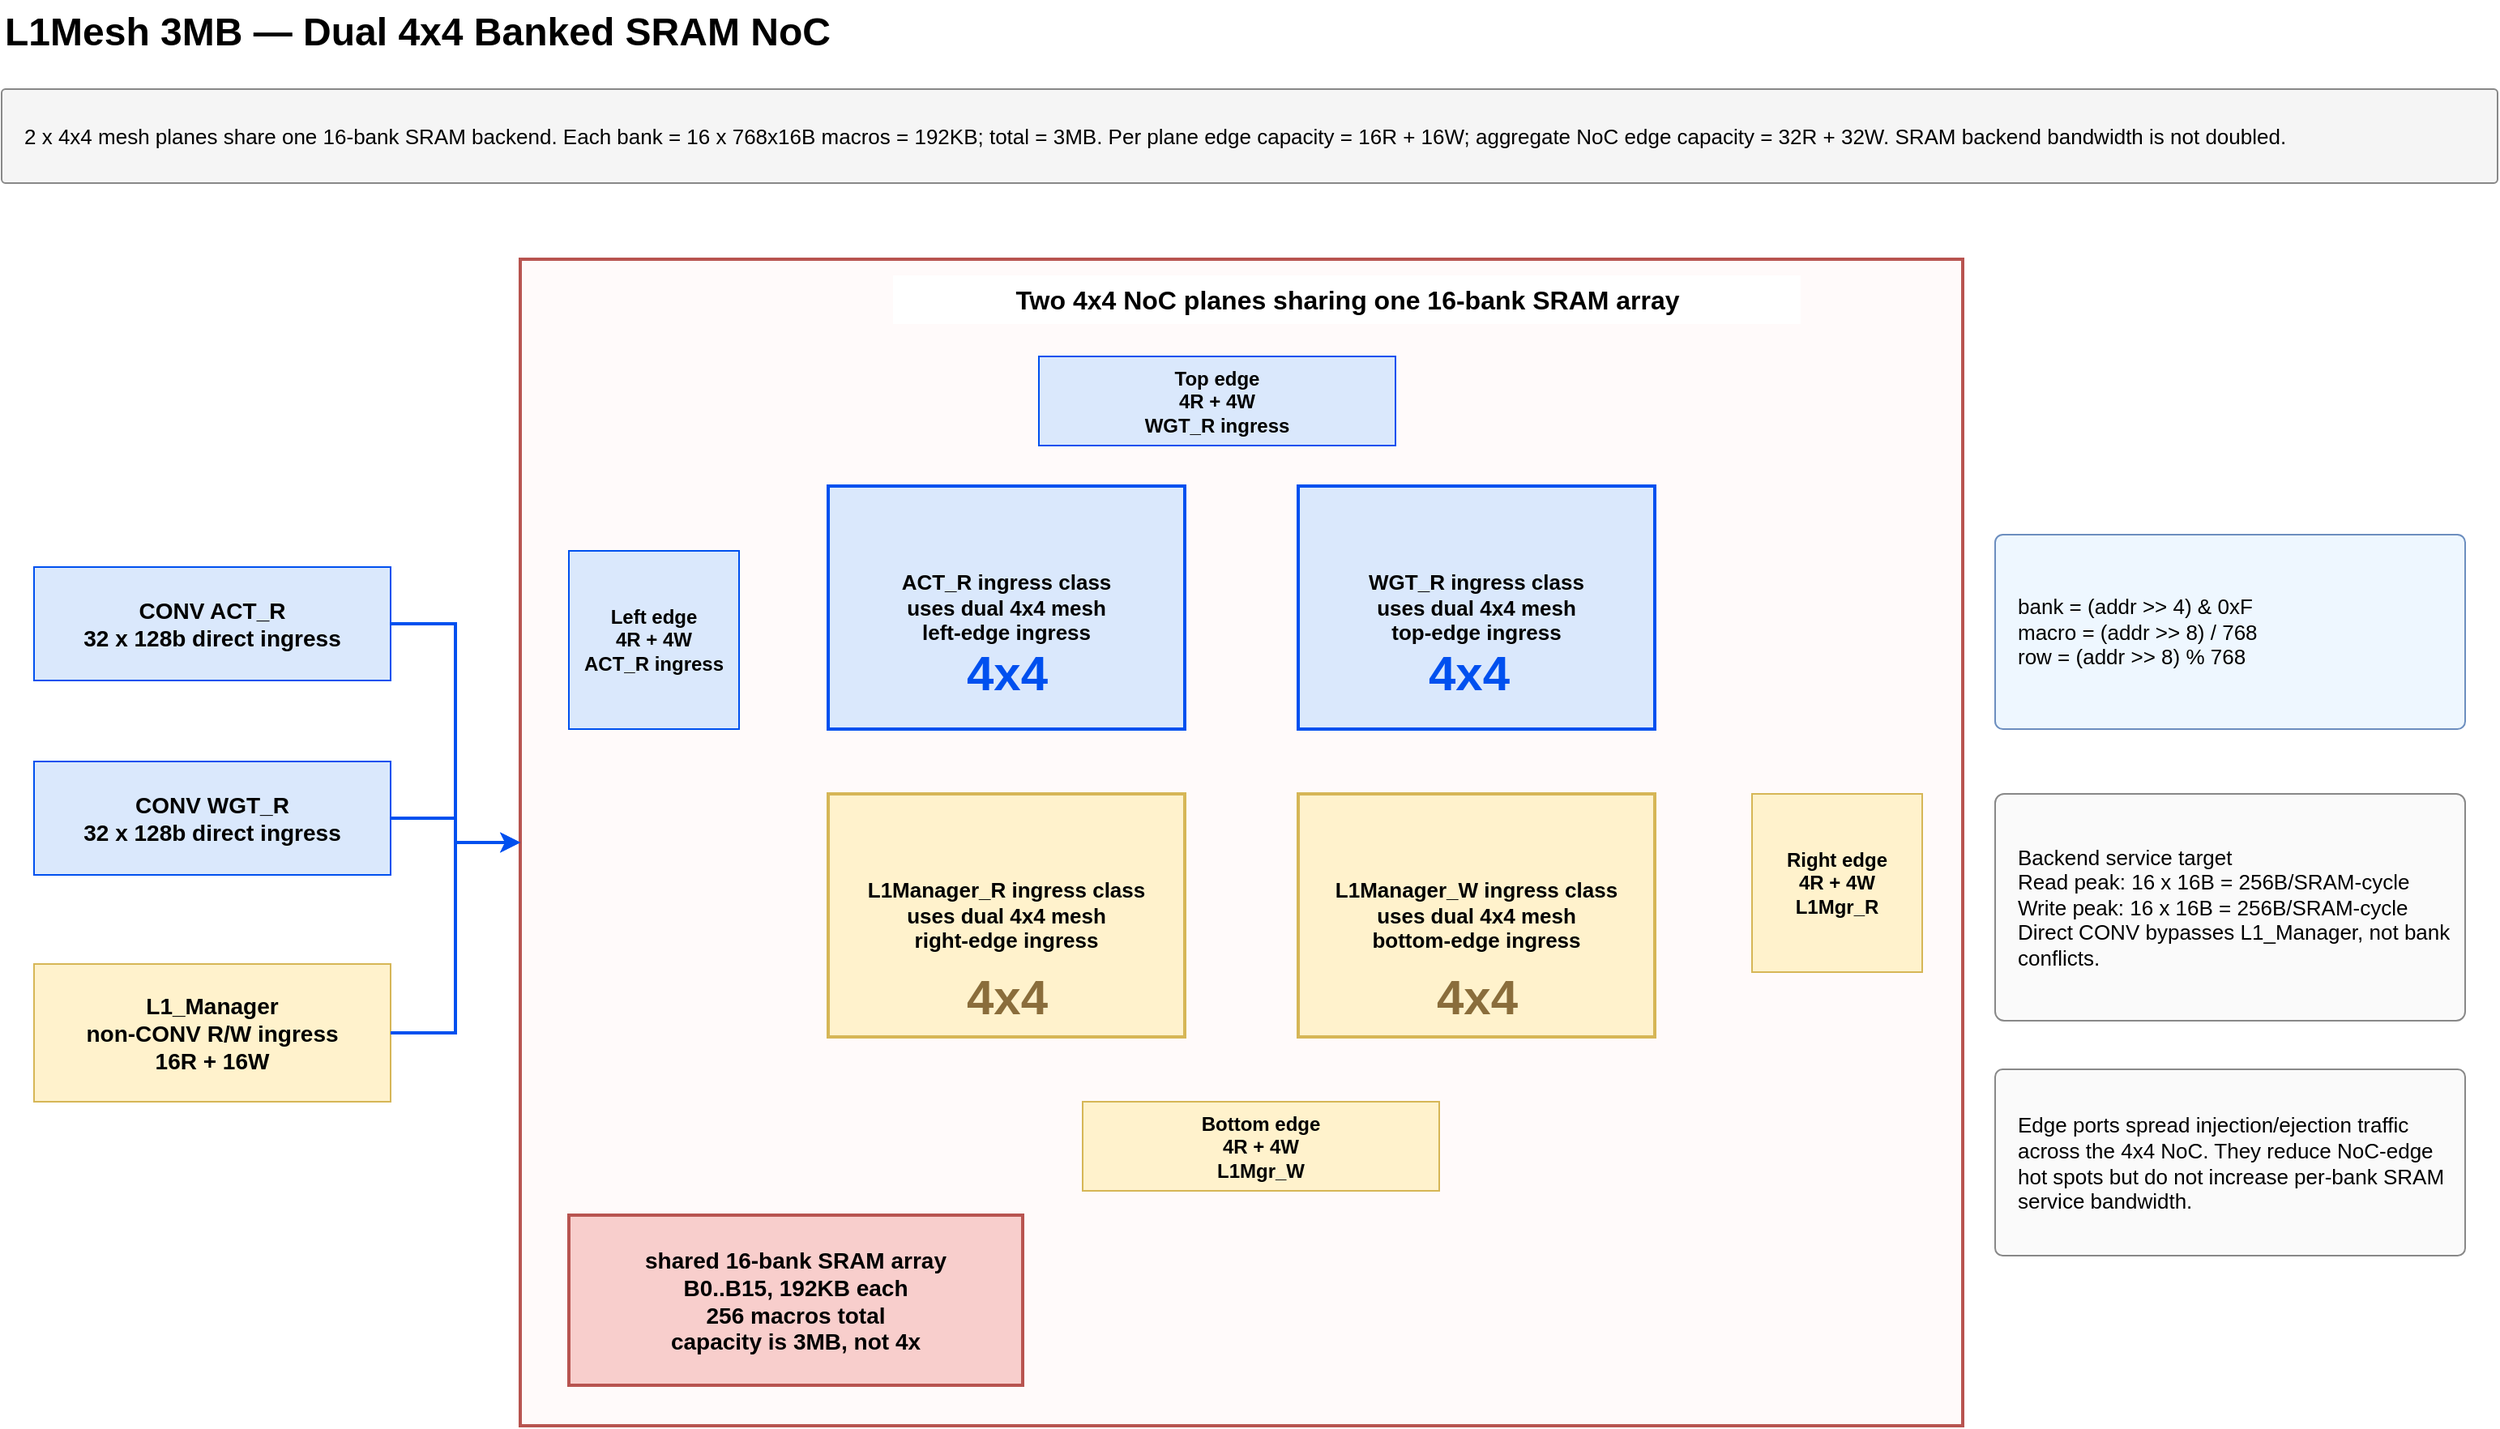
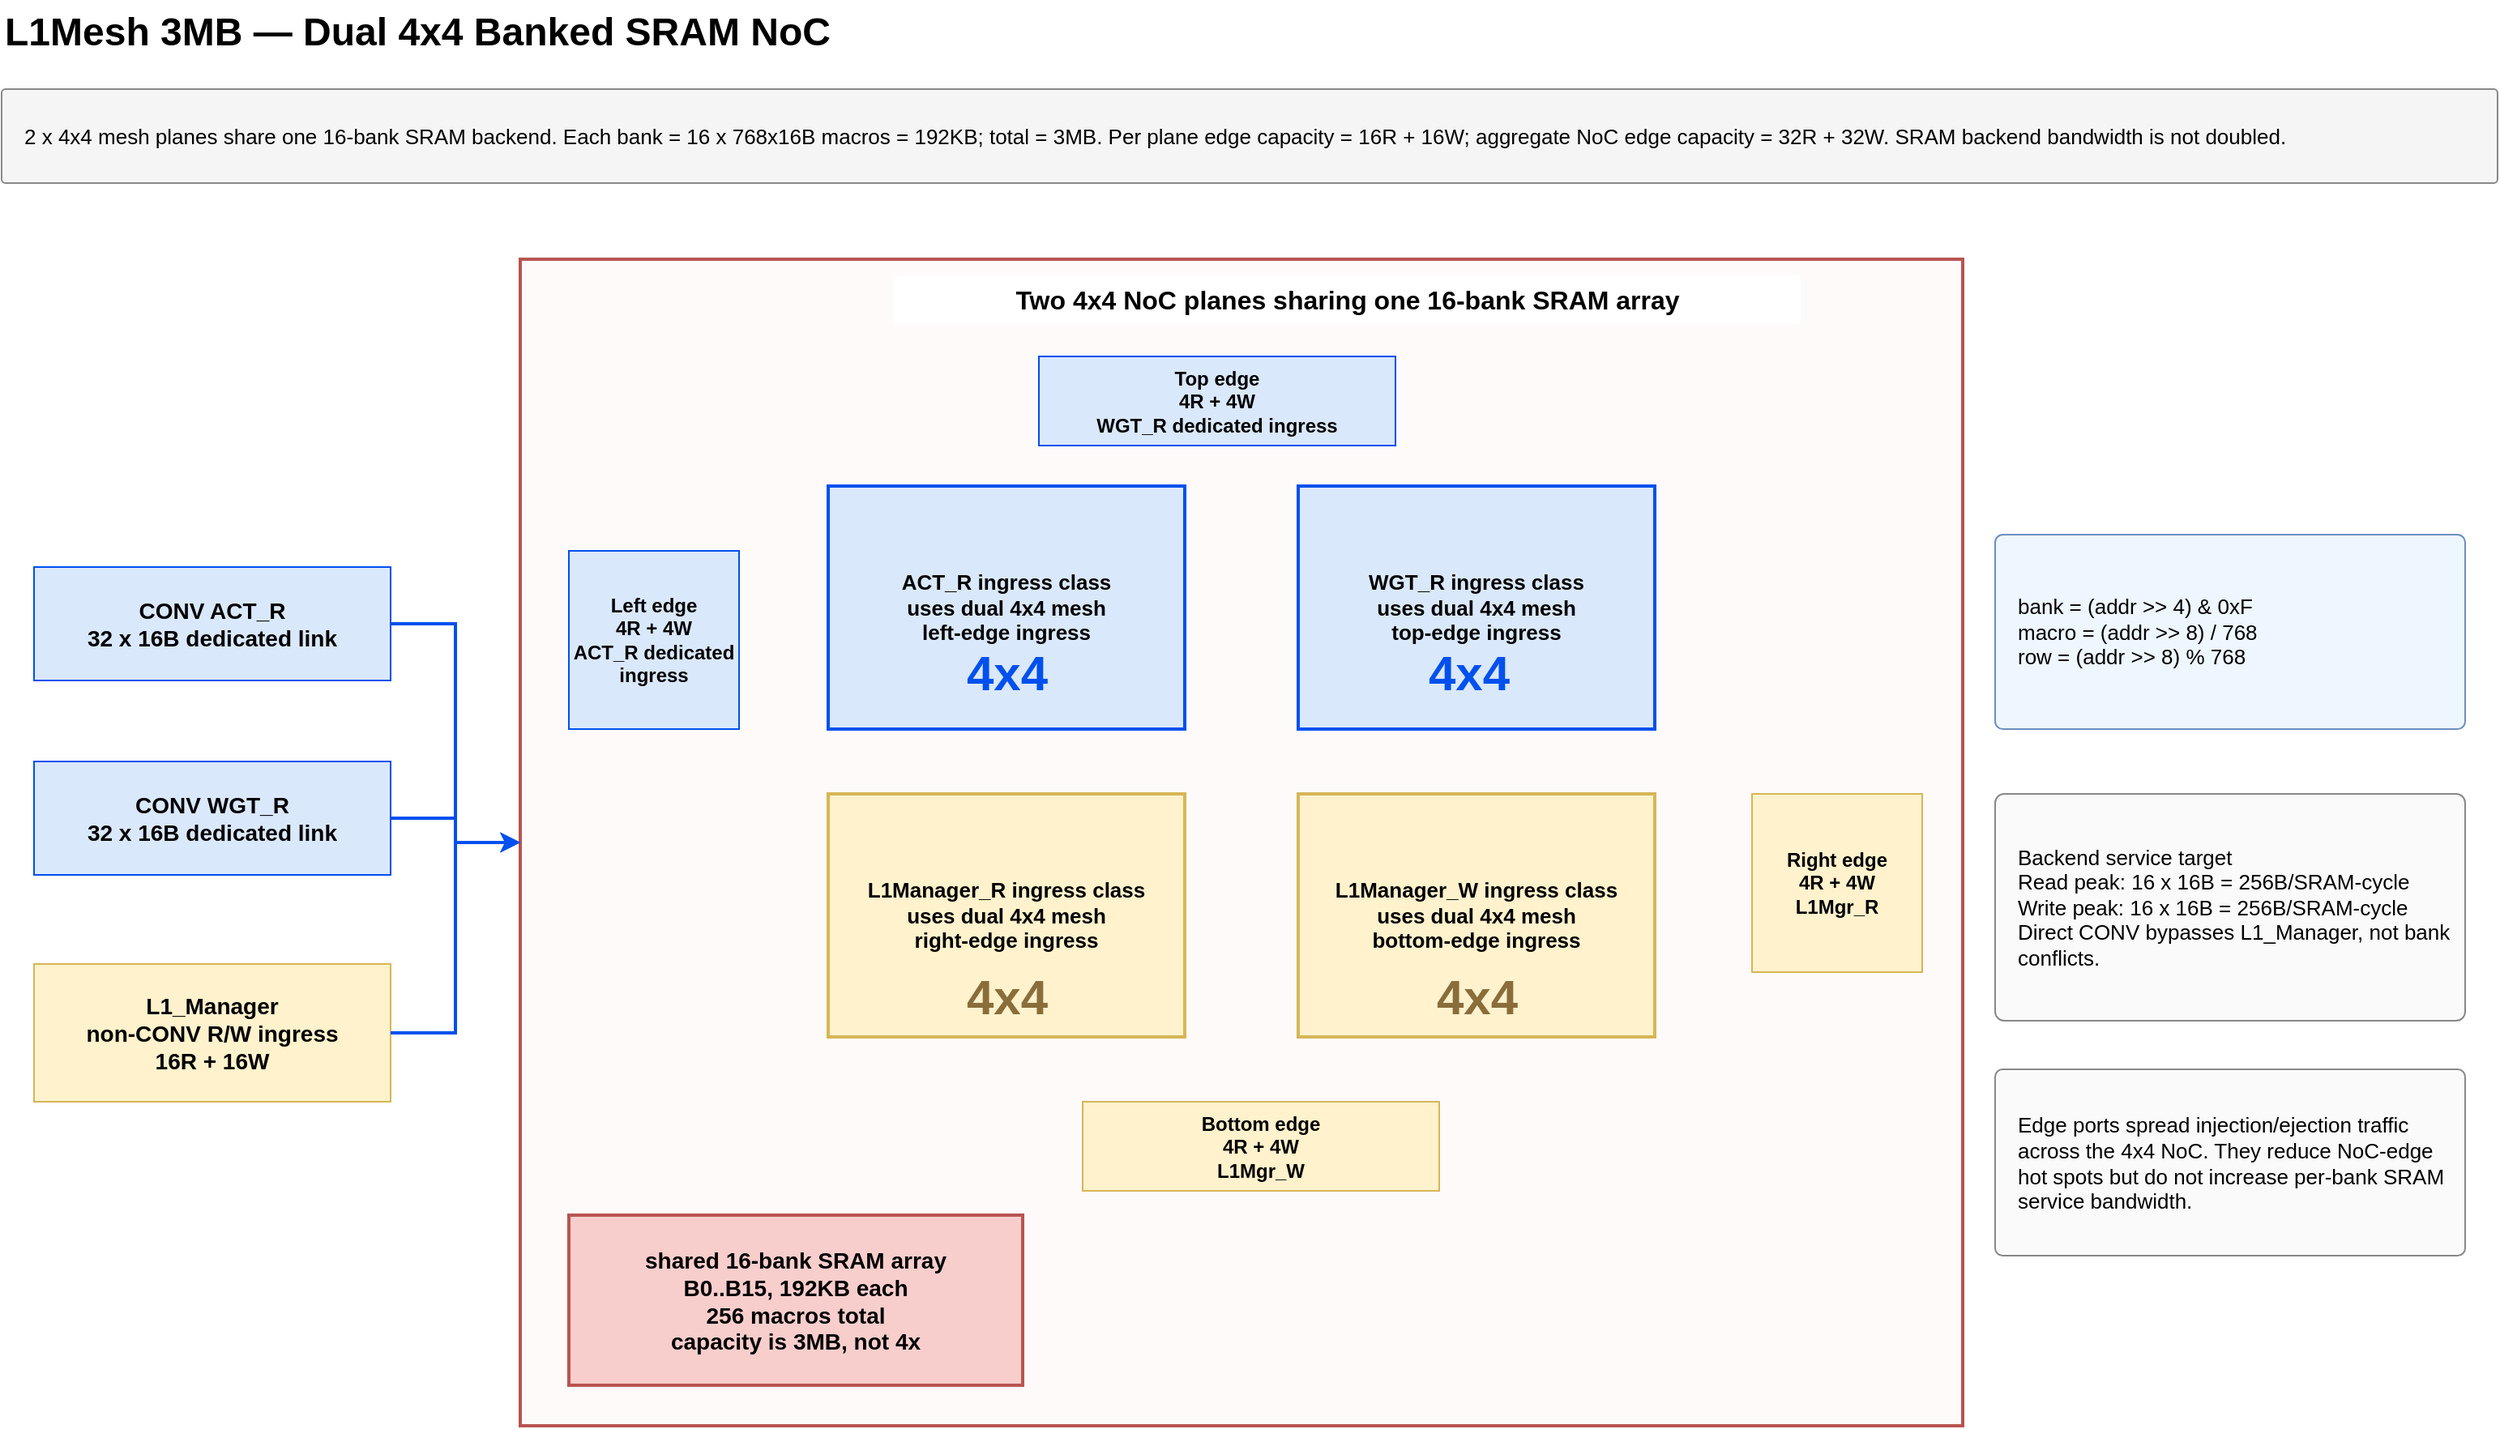
<mxfile host="65bd71144e">
    <diagram name="L1Mesh-4x4-NoC" id="mdla7-l1mesh-4x4-noc">
        <mxGraphModel dx="350" dy="720" grid="1" gridSize="10" guides="1" tooltips="1" connect="1" arrows="1" fold="1" page="1" pageScale="1" pageWidth="1654" pageHeight="1169" math="0" shadow="0">
            <root>
                <mxCell id="0"/>
                <mxCell id="1" parent="0"/>
                <mxCell id="l1n_title" value="L1Mesh 3MB — Dual 4x4 Banked SRAM NoC" style="text;html=1;fontSize=24;fontStyle=1;align=left;verticalAlign=middle;strokeColor=none;fillColor=none;" parent="1" vertex="1">
                    <mxGeometry x="50" y="30" width="900" height="40" as="geometry"/>
                </mxCell>
                <mxCell id="l1n_note" value="2 x 4x4 mesh planes share one 16-bank SRAM backend. Each bank = 16 x 768x16B macros = 192KB; total = 3MB. Per plane edge capacity = 16R + 16W; aggregate NoC edge capacity = 32R + 32W. SRAM backend bandwidth is not doubled." style="rounded=1;arcSize=4;whiteSpace=wrap;html=1;fillColor=#f5f5f5;strokeColor=#888888;fontSize=13;align=left;verticalAlign=middle;spacingLeft=12;" parent="1" vertex="1">
                    <mxGeometry x="50" y="85" width="1540" height="58" as="geometry"/>
                </mxCell>
-                 <mxCell id="l1n_act" value="CONV ACT_R&lt;br/&gt;32 x 128b direct ingress" style="rounded=0;whiteSpace=wrap;html=1;fillColor=#dae8fc;strokeColor=#0050ef;fontSize=14;fontStyle=1;" parent="1" vertex="1">
+                 <mxCell id="l1n_act" value="CONV ACT_R&lt;br/&gt;32 x 16B dedicated link" style="rounded=0;whiteSpace=wrap;html=1;fillColor=#dae8fc;strokeColor=#0050ef;fontSize=14;fontStyle=1;" parent="1" vertex="1">
                    <mxGeometry x="70" y="380" width="220" height="70" as="geometry"/>
                </mxCell>
-                 <mxCell id="l1n_wgt" value="CONV WGT_R&lt;br/&gt;32 x 128b direct ingress" style="rounded=0;whiteSpace=wrap;html=1;fillColor=#dae8fc;strokeColor=#0050ef;fontSize=14;fontStyle=1;" parent="1" vertex="1">
+                 <mxCell id="l1n_wgt" value="CONV WGT_R&lt;br/&gt;32 x 16B dedicated link" style="rounded=0;whiteSpace=wrap;html=1;fillColor=#dae8fc;strokeColor=#0050ef;fontSize=14;fontStyle=1;" parent="1" vertex="1">
                    <mxGeometry x="70" y="500" width="220" height="70" as="geometry"/>
                </mxCell>
                <mxCell id="l1n_mgr" value="L1_Manager&lt;br/&gt;non-CONV R/W ingress&lt;br/&gt;16R + 16W" style="rounded=0;whiteSpace=wrap;html=1;fillColor=#fff2cc;strokeColor=#d6b656;fontSize=14;fontStyle=1;" parent="1" vertex="1">
                    <mxGeometry x="70" y="625" width="220" height="85" as="geometry"/>
                </mxCell>
                <mxCell id="l1n_meshbox" value="" style="rounded=0;whiteSpace=wrap;html=1;fillColor=#fffafa;strokeColor=#b85450;strokeWidth=2;" parent="1" vertex="1">
                    <mxGeometry x="370" y="190" width="890" height="720" as="geometry"/>
                </mxCell>
                <mxCell id="l1n_meshtitle" value="Two 4x4 NoC planes sharing one 16-bank SRAM array" style="text;html=1;fontSize=16;fontStyle=1;align=center;verticalAlign=middle;strokeColor=none;fillColor=#ffffff;" parent="1" vertex="1">
                    <mxGeometry x="600" y="200" width="560" height="30" as="geometry"/>
                </mxCell>
-                 <mxCell id="l1n_edge_top" value="Top edge&lt;br/&gt;4R + 4W&lt;br/&gt;WGT_R ingress" style="rounded=0;whiteSpace=wrap;html=1;fillColor=#dae8fc;strokeColor=#0050ef;fontSize=12;fontStyle=1;" parent="1" vertex="1">
+                 <mxCell id="l1n_edge_top" value="Top edge&lt;br/&gt;4R + 4W&lt;br/&gt;WGT_R dedicated ingress" style="rounded=0;whiteSpace=wrap;html=1;fillColor=#dae8fc;strokeColor=#0050ef;fontSize=12;fontStyle=1;" parent="1" vertex="1">
                    <mxGeometry x="690" y="250" width="220" height="55" as="geometry"/>
                </mxCell>
-                 <mxCell id="l1n_edge_left" value="Left edge&lt;br/&gt;4R + 4W&lt;br/&gt;ACT_R ingress" style="rounded=0;whiteSpace=wrap;html=1;fillColor=#dae8fc;strokeColor=#0050ef;fontSize=12;fontStyle=1;" parent="1" vertex="1">
+                 <mxCell id="l1n_edge_left" value="Left edge&lt;br/&gt;4R + 4W&lt;br/&gt;ACT_R dedicated ingress" style="rounded=0;whiteSpace=wrap;html=1;fillColor=#dae8fc;strokeColor=#0050ef;fontSize=12;fontStyle=1;" parent="1" vertex="1">
                    <mxGeometry x="400" y="370" width="105" height="110" as="geometry"/>
                </mxCell>
                <mxCell id="l1n_edge_right" value="Right edge&lt;br/&gt;4R + 4W&lt;br/&gt;L1Mgr_R" style="rounded=0;whiteSpace=wrap;html=1;fillColor=#fff2cc;strokeColor=#d6b656;fontSize=12;fontStyle=1;" parent="1" vertex="1">
                    <mxGeometry x="1130" y="520" width="105" height="110" as="geometry"/>
                </mxCell>
                <mxCell id="l1n_edge_bottom" value="Bottom edge&lt;br/&gt;4R + 4W&lt;br/&gt;L1Mgr_W" style="rounded=0;whiteSpace=wrap;html=1;fillColor=#fff2cc;strokeColor=#d6b656;fontSize=12;fontStyle=1;" parent="1" vertex="1">
                    <mxGeometry x="717" y="710" width="220" height="55" as="geometry"/>
                </mxCell>
                <mxCell id="l1n_plane_act" value="ACT_R ingress class&lt;br/&gt;uses dual 4x4 mesh&lt;br/&gt;left-edge ingress" style="rounded=0;whiteSpace=wrap;html=1;fillColor=#dae8fc;strokeColor=#0050ef;strokeWidth=2;fontSize=13;fontStyle=1;" parent="1" vertex="1">
                    <mxGeometry x="560" y="330" width="220" height="150" as="geometry"/>
                </mxCell>
                <mxCell id="l1n_plane_wgt" value="WGT_R ingress class&lt;br/&gt;uses dual 4x4 mesh&lt;br/&gt;top-edge ingress" style="rounded=0;whiteSpace=wrap;html=1;fillColor=#dae8fc;strokeColor=#0050ef;strokeWidth=2;fontSize=13;fontStyle=1;" parent="1" vertex="1">
                    <mxGeometry x="850" y="330" width="220" height="150" as="geometry"/>
                </mxCell>
                <mxCell id="l1n_plane_l1r" value="L1Manager_R ingress class&lt;br/&gt;uses dual 4x4 mesh&lt;br/&gt;right-edge ingress" style="rounded=0;whiteSpace=wrap;html=1;fillColor=#fff2cc;strokeColor=#d6b656;strokeWidth=2;fontSize=13;fontStyle=1;" parent="1" vertex="1">
                    <mxGeometry x="560" y="520" width="220" height="150" as="geometry"/>
                </mxCell>
                <mxCell id="l1n_plane_l1w" value="L1Manager_W ingress class&lt;br/&gt;uses dual 4x4 mesh&lt;br/&gt;bottom-edge ingress" style="rounded=0;whiteSpace=wrap;html=1;fillColor=#fff2cc;strokeColor=#d6b656;strokeWidth=2;fontSize=13;fontStyle=1;" parent="1" vertex="1">
                    <mxGeometry x="850" y="520" width="220" height="150" as="geometry"/>
                </mxCell>
                <mxCell id="l1n_shared_banks" value="shared 16-bank SRAM array&lt;br/&gt;B0..B15, 192KB each&lt;br/&gt;256 macros total&lt;br/&gt;capacity is 3MB, not 4x" style="rounded=0;whiteSpace=wrap;html=1;fillColor=#f8cecc;strokeColor=#b85450;strokeWidth=2;fontSize=14;fontStyle=1;" parent="1" vertex="1">
                    <mxGeometry x="400" y="780" width="280" height="105" as="geometry"/>
                </mxCell>
                <mxCell id="l1n_plane_grid1" value="4x4" style="text;html=1;fontSize=30;fontStyle=1;align=center;verticalAlign=middle;strokeColor=none;fillColor=none;fontColor=#0050ef;" parent="1" vertex="1">
                    <mxGeometry x="615" y="420" width="110" height="50" as="geometry"/>
                </mxCell>
                <mxCell id="l1n_plane_grid2" value="4x4" style="text;html=1;fontSize=30;fontStyle=1;align=center;verticalAlign=middle;strokeColor=none;fillColor=none;fontColor=#0050ef;" parent="1" vertex="1">
                    <mxGeometry x="900" y="420" width="110" height="50" as="geometry"/>
                </mxCell>
                <mxCell id="l1n_plane_grid3" value="4x4" style="text;html=1;fontSize=30;fontStyle=1;align=center;verticalAlign=middle;strokeColor=none;fillColor=none;fontColor=#8a6d3b;" parent="1" vertex="1">
                    <mxGeometry x="615" y="620" width="110" height="50" as="geometry"/>
                </mxCell>
                <mxCell id="l1n_plane_grid4" value="4x4" style="text;html=1;fontSize=30;fontStyle=1;align=center;verticalAlign=middle;strokeColor=none;fillColor=none;fontColor=#8a6d3b;" parent="1" vertex="1">
                    <mxGeometry x="905" y="620" width="110" height="50" as="geometry"/>
                </mxCell>
                <mxCell id="l1n_addr" value="bank = (addr &gt;&gt; 4) &amp;amp; 0xF&lt;br/&gt;macro = (addr &gt;&gt; 8) / 768&lt;br/&gt;row = (addr &gt;&gt; 8) % 768" style="rounded=1;arcSize=4;whiteSpace=wrap;html=1;fillColor=#eef7ff;strokeColor=#6c8ebf;fontSize=13;align=left;verticalAlign=middle;spacingLeft=12;" parent="1" vertex="1">
                    <mxGeometry x="1280" y="360" width="290" height="120" as="geometry"/>
                </mxCell>
                <mxCell id="l1n_bw" value="Backend service target&lt;br/&gt;Read peak: 16 x 16B = 256B/SRAM-cycle&lt;br/&gt;Write peak: 16 x 16B = 256B/SRAM-cycle&lt;br/&gt;Direct CONV bypasses L1_Manager, not bank conflicts." style="rounded=1;arcSize=4;whiteSpace=wrap;html=1;fillColor=#fafafa;strokeColor=#888888;fontSize=13;align=left;verticalAlign=middle;spacingLeft=12;" parent="1" vertex="1">
                    <mxGeometry x="1280" y="520" width="290" height="140" as="geometry"/>
                </mxCell>
                <mxCell id="l1n_edge_note" value="Edge ports spread injection/ejection traffic across the 4x4 NoC. They reduce NoC-edge hot spots but do not increase per-bank SRAM service bandwidth." style="rounded=1;arcSize=4;whiteSpace=wrap;html=1;fillColor=#fafafa;strokeColor=#888888;fontSize=13;align=left;verticalAlign=middle;spacingLeft=12;" parent="1" vertex="1">
                    <mxGeometry x="1280" y="690" width="290" height="115" as="geometry"/>
                </mxCell>
                <mxCell id="l1n_e_act" value="" style="endArrow=classic;html=1;rounded=0;strokeColor=#0050ef;strokeWidth=2;edgeStyle=orthogonalEdgeStyle;" parent="1" source="l1n_act" target="l1n_meshbox" edge="1">
                    <mxGeometry relative="1" as="geometry"/>
                </mxCell>
                <mxCell id="l1n_e_wgt" value="" style="endArrow=classic;html=1;rounded=0;strokeColor=#0050ef;strokeWidth=2;edgeStyle=orthogonalEdgeStyle;" parent="1" source="l1n_wgt" target="l1n_meshbox" edge="1">
                    <mxGeometry relative="1" as="geometry"/>
                </mxCell>
                <mxCell id="l1n_e_mgr" value="" style="endArrow=classic;html=1;rounded=0;strokeColor=#0050ef;strokeWidth=2;edgeStyle=orthogonalEdgeStyle;" parent="1" source="l1n_mgr" target="l1n_meshbox" edge="1">
                    <mxGeometry relative="1" as="geometry"/>
                </mxCell>
            </root>
        </mxGraphModel>
    </diagram>
    <diagram name="L1Mesh-Arbitration" id="mdla7-l1mesh-arbitration">
        <mxGraphModel dx="836" dy="907" grid="1" gridSize="10" guides="1" tooltips="1" connect="1" arrows="1" fold="1" page="1" pageScale="1" pageWidth="1654" pageHeight="1169" math="0" shadow="0">
            <root>
                <mxCell id="0"/>
                <mxCell id="1" parent="0"/>
                <mxCell id="arb_title" value="L1Mesh Request Arbitration" style="text;html=1;fontSize=24;fontStyle=1;align=left;verticalAlign=middle;strokeColor=none;fillColor=none;" parent="1" vertex="1">
                    <mxGeometry x="50" y="35" width="700" height="40" as="geometry"/>
                </mxCell>
-                 <mxCell id="arb_act" value="CONV ACT_R&lt;br/&gt;direct ingress&lt;br/&gt;highest read priority" style="rounded=0;whiteSpace=wrap;html=1;fillColor=#dae8fc;strokeColor=#0050ef;fontSize=14;fontStyle=1;" parent="1" vertex="1">
+                 <mxCell id="arb_act" value="CONV ACT_R&lt;br/&gt;dedicated direct ingress&lt;br/&gt;highest read priority" style="rounded=0;whiteSpace=wrap;html=1;fillColor=#dae8fc;strokeColor=#0050ef;fontSize=14;fontStyle=1;" parent="1" vertex="1">
                    <mxGeometry x="80" y="180" width="260" height="90" as="geometry"/>
                </mxCell>
-                 <mxCell id="arb_wgt" value="CONV WGT_R&lt;br/&gt;direct ingress&lt;br/&gt;second read priority" style="rounded=0;whiteSpace=wrap;html=1;fillColor=#dae8fc;strokeColor=#0050ef;fontSize=14;fontStyle=1;" parent="1" vertex="1">
+                 <mxCell id="arb_wgt" value="CONV WGT_R&lt;br/&gt;dedicated direct ingress&lt;br/&gt;second read priority" style="rounded=0;whiteSpace=wrap;html=1;fillColor=#dae8fc;strokeColor=#0050ef;fontSize=14;fontStyle=1;" parent="1" vertex="1">
                    <mxGeometry x="80" y="330" width="260" height="90" as="geometry"/>
                </mxCell>
                <mxCell id="arb_l1r" value="L1Manager_R&lt;br/&gt;Requant / EWE / POOL / TNPS / UDMA" style="rounded=0;whiteSpace=wrap;html=1;fillColor=#fff2cc;strokeColor=#d6b656;fontSize=14;fontStyle=1;" parent="1" vertex="1">
                    <mxGeometry x="80" y="480" width="260" height="90" as="geometry"/>
                </mxCell>
                <mxCell id="arb_l1w" value="L1Manager_W&lt;br/&gt;write ingress" style="rounded=0;whiteSpace=wrap;html=1;fillColor=#fff2cc;strokeColor=#d6b656;fontSize=14;fontStyle=1;" parent="1" vertex="1">
                    <mxGeometry x="80" y="660" width="260" height="75" as="geometry"/>
                </mxCell>
                <mxCell id="arb_read" value="per-bank read arbiter&lt;br/&gt;1 ACT_R&lt;br/&gt;2 WGT_R&lt;br/&gt;3 L1Manager_R" style="rounded=0;whiteSpace=wrap;html=1;fillColor=#e1d5e7;strokeColor=#9673a6;fontSize=15;fontStyle=1;" parent="1" vertex="1">
                    <mxGeometry x="520" y="260" width="260" height="180" as="geometry"/>
                </mxCell>
                <mxCell id="arb_write" value="per-bank write slot&lt;br/&gt;L1Manager_W&lt;br/&gt;independent from read slot if dual-lane" style="rounded=0;whiteSpace=wrap;html=1;fillColor=#e1d5e7;strokeColor=#9673a6;fontSize=15;fontStyle=1;" parent="1" vertex="1">
                    <mxGeometry x="520" y="610" width="260" height="140" as="geometry"/>
                </mxCell>
                <mxCell id="arb_bank" value="selected bank tile&lt;br/&gt;16B read beat&lt;br/&gt;16B write beat&lt;br/&gt;per SRAM cycle" style="rounded=0;whiteSpace=wrap;html=1;fillColor=#f8cecc;strokeColor=#b85450;strokeWidth=2;fontSize=15;fontStyle=1;" parent="1" vertex="1">
                    <mxGeometry x="980" y="385" width="260" height="190" as="geometry"/>
                </mxCell>
                <mxCell id="arb_read_out" value="read data to requester" style="rounded=0;whiteSpace=wrap;html=1;fillColor=#d5e8d4;strokeColor=#82b366;fontSize=14;fontStyle=1;" parent="1" vertex="1">
                    <mxGeometry x="1350" y="300" width="220" height="70" as="geometry"/>
                </mxCell>
                <mxCell id="arb_note" value="Direct CONV ingress bypasses L1_Manager arbitration, but all requests still converge at per-bank service. This keeps compute reads preferred without pretending the SRAM has unlimited read ports." style="rounded=1;arcSize=4;whiteSpace=wrap;html=1;fillColor=#fafafa;strokeColor=#888888;fontSize=14;align=left;verticalAlign=middle;spacingLeft=14;" parent="1" vertex="1">
                    <mxGeometry x="970" y="650" width="560" height="100" as="geometry"/>
                </mxCell>
                <mxCell id="arb_e1" value="" style="endArrow=classic;html=1;rounded=0;strokeColor=#0050ef;strokeWidth=2;edgeStyle=orthogonalEdgeStyle;" parent="1" source="arb_act" target="arb_read" edge="1">
                    <mxGeometry relative="1" as="geometry"/>
                </mxCell>
                <mxCell id="arb_e2" value="" style="endArrow=classic;html=1;rounded=0;strokeColor=#0050ef;strokeWidth=2;edgeStyle=orthogonalEdgeStyle;" parent="1" source="arb_wgt" target="arb_read" edge="1">
                    <mxGeometry relative="1" as="geometry"/>
                </mxCell>
                <mxCell id="arb_e3" value="" style="endArrow=classic;html=1;rounded=0;strokeColor=#0050ef;strokeWidth=2;edgeStyle=orthogonalEdgeStyle;" parent="1" source="arb_l1r" target="arb_read" edge="1">
                    <mxGeometry relative="1" as="geometry"/>
                </mxCell>
                <mxCell id="arb_e4" value="" style="endArrow=classic;html=1;rounded=0;strokeColor=#0050ef;strokeWidth=2;edgeStyle=orthogonalEdgeStyle;" parent="1" source="arb_l1w" target="arb_write" edge="1">
                    <mxGeometry relative="1" as="geometry"/>
                </mxCell>
                <mxCell id="arb_e5" value="" style="endArrow=classic;html=1;rounded=0;strokeColor=#0050ef;strokeWidth=2;edgeStyle=orthogonalEdgeStyle;" parent="1" source="arb_read" target="arb_bank" edge="1">
                    <mxGeometry relative="1" as="geometry"/>
                </mxCell>
                <mxCell id="arb_e6" value="" style="endArrow=classic;html=1;rounded=0;strokeColor=#0050ef;strokeWidth=2;edgeStyle=orthogonalEdgeStyle;" parent="1" source="arb_write" target="arb_bank" edge="1">
                    <mxGeometry relative="1" as="geometry"/>
                </mxCell>
                <mxCell id="arb_e7" value="" style="endArrow=classic;html=1;rounded=0;strokeColor=#82b366;strokeWidth=2;edgeStyle=orthogonalEdgeStyle;" parent="1" source="arb_bank" target="arb_read_out" edge="1">
                    <mxGeometry relative="1" as="geometry"/>
                </mxCell>
            </root>
        </mxGraphModel>
    </diagram>
    <diagram name="L1Mesh-Bank-Tile" id="mdla7-l1mesh-bank-tile">
        <mxGraphModel dx="897" dy="868" grid="1" gridSize="10" guides="1" tooltips="1" connect="1" arrows="1" fold="1" page="1" pageScale="1" pageWidth="1654" pageHeight="1169" math="0" shadow="0">
            <root>
                <mxCell id="0"/>
                <mxCell id="1" parent="0"/>
                <mxCell id="bt_title" value="L1Mesh Bank Tile — 192KB" style="text;html=1;fontSize=24;fontStyle=1;align=left;verticalAlign=middle;strokeColor=none;fillColor=none;" parent="1" vertex="1">
                    <mxGeometry x="50" y="35" width="700" height="40" as="geometry"/>
                </mxCell>
                <mxCell id="bt_tile" value="One L1Mesh bank tile&lt;br/&gt;192KB = 16 macros x 12KB" style="rounded=0;whiteSpace=wrap;html=1;fillColor=#f8cecc;strokeColor=#b85450;strokeWidth=2;fontSize=16;fontStyle=1;" parent="1" vertex="1">
                    <mxGeometry x="420" y="120" width="760" height="760" as="geometry"/>
                </mxCell>
                <mxCell id="bt_arb" value="local bank arbiter&lt;br/&gt;read priority:&lt;br/&gt;1 ACT_R&lt;br/&gt;2 WGT_R&lt;br/&gt;3 L1Mgr_R&lt;br/&gt;write: L1Mgr_W" style="rounded=0;whiteSpace=wrap;html=1;fillColor=#fff2cc;strokeColor=#d6b656;fontSize=13;fontStyle=1;align=center;" parent="1" vertex="1">
                    <mxGeometry x="490" y="180" width="170" height="160" as="geometry"/>
                </mxCell>
                <mxCell id="bt_dec" value="decoder&lt;br/&gt;macro_id = line / 768&lt;br/&gt;row = line % 768" style="rounded=0;whiteSpace=wrap;html=1;fillColor=#e1d5e7;strokeColor=#9673a6;fontSize=13;align=center;" parent="1" vertex="1">
                    <mxGeometry x="710" y="180" width="210" height="110" as="geometry"/>
                </mxCell>
                <mxCell id="bt_port" value="bank SRAM port&lt;br/&gt;1 x 16B read beat&lt;br/&gt;1 x 16B write beat&lt;br/&gt;per SRAM cycle" style="rounded=0;whiteSpace=wrap;html=1;fillColor=#d5e8d4;strokeColor=#82b366;fontSize=13;fontStyle=1;align=center;" parent="1" vertex="1">
                    <mxGeometry x="970" y="180" width="160" height="130" as="geometry"/>
                </mxCell>
                <mxCell id="bt_m0" value="M0&lt;br/&gt;768x16B" style="rounded=0;whiteSpace=wrap;html=1;fillColor=#fffafa;strokeColor=#b85450;fontSize=12;" parent="1" vertex="1">
                    <mxGeometry x="500" y="420" width="120" height="65" as="geometry"/>
                </mxCell>
                <mxCell id="bt_m1" value="M1&lt;br/&gt;768x16B" style="rounded=0;whiteSpace=wrap;html=1;fillColor=#fffafa;strokeColor=#b85450;fontSize=12;" parent="1" vertex="1">
                    <mxGeometry x="650" y="420" width="120" height="65" as="geometry"/>
                </mxCell>
                <mxCell id="bt_m2" value="M2&lt;br/&gt;768x16B" style="rounded=0;whiteSpace=wrap;html=1;fillColor=#fffafa;strokeColor=#b85450;fontSize=12;" parent="1" vertex="1">
                    <mxGeometry x="800" y="420" width="120" height="65" as="geometry"/>
                </mxCell>
                <mxCell id="bt_m3" value="M3&lt;br/&gt;768x16B" style="rounded=0;whiteSpace=wrap;html=1;fillColor=#fffafa;strokeColor=#b85450;fontSize=12;" parent="1" vertex="1">
                    <mxGeometry x="950" y="420" width="120" height="65" as="geometry"/>
                </mxCell>
                <mxCell id="bt_m4" value="M4" style="rounded=0;whiteSpace=wrap;html=1;fillColor=#fffafa;strokeColor=#b85450;fontSize=12;" parent="1" vertex="1">
                    <mxGeometry x="500" y="525" width="120" height="55" as="geometry"/>
                </mxCell>
                <mxCell id="bt_m5" value="M5" style="rounded=0;whiteSpace=wrap;html=1;fillColor=#fffafa;strokeColor=#b85450;fontSize=12;" parent="1" vertex="1">
                    <mxGeometry x="650" y="525" width="120" height="55" as="geometry"/>
                </mxCell>
                <mxCell id="bt_m6" value="M6" style="rounded=0;whiteSpace=wrap;html=1;fillColor=#fffafa;strokeColor=#b85450;fontSize=12;" parent="1" vertex="1">
                    <mxGeometry x="800" y="525" width="120" height="55" as="geometry"/>
                </mxCell>
                <mxCell id="bt_m7" value="M7" style="rounded=0;whiteSpace=wrap;html=1;fillColor=#fffafa;strokeColor=#b85450;fontSize=12;" parent="1" vertex="1">
                    <mxGeometry x="950" y="525" width="120" height="55" as="geometry"/>
                </mxCell>
                <mxCell id="bt_m8" value="M8" style="rounded=0;whiteSpace=wrap;html=1;fillColor=#fffafa;strokeColor=#b85450;fontSize=12;" parent="1" vertex="1">
                    <mxGeometry x="500" y="620" width="120" height="55" as="geometry"/>
                </mxCell>
                <mxCell id="bt_m9" value="M9" style="rounded=0;whiteSpace=wrap;html=1;fillColor=#fffafa;strokeColor=#b85450;fontSize=12;" parent="1" vertex="1">
                    <mxGeometry x="650" y="620" width="120" height="55" as="geometry"/>
                </mxCell>
                <mxCell id="bt_m10" value="M10" style="rounded=0;whiteSpace=wrap;html=1;fillColor=#fffafa;strokeColor=#b85450;fontSize=12;" parent="1" vertex="1">
                    <mxGeometry x="800" y="620" width="120" height="55" as="geometry"/>
                </mxCell>
                <mxCell id="bt_m11" value="M11" style="rounded=0;whiteSpace=wrap;html=1;fillColor=#fffafa;strokeColor=#b85450;fontSize=12;" parent="1" vertex="1">
                    <mxGeometry x="950" y="620" width="120" height="55" as="geometry"/>
                </mxCell>
                <mxCell id="bt_m12" value="M12" style="rounded=0;whiteSpace=wrap;html=1;fillColor=#fffafa;strokeColor=#b85450;fontSize=12;" parent="1" vertex="1">
                    <mxGeometry x="500" y="715" width="120" height="55" as="geometry"/>
                </mxCell>
                <mxCell id="bt_m13" value="M13" style="rounded=0;whiteSpace=wrap;html=1;fillColor=#fffafa;strokeColor=#b85450;fontSize=12;" parent="1" vertex="1">
                    <mxGeometry x="650" y="715" width="120" height="55" as="geometry"/>
                </mxCell>
                <mxCell id="bt_m14" value="M14" style="rounded=0;whiteSpace=wrap;html=1;fillColor=#fffafa;strokeColor=#b85450;fontSize=12;" parent="1" vertex="1">
                    <mxGeometry x="800" y="715" width="120" height="55" as="geometry"/>
                </mxCell>
                <mxCell id="bt_m15" value="M15" style="rounded=0;whiteSpace=wrap;html=1;fillColor=#fffafa;strokeColor=#b85450;fontSize=12;" parent="1" vertex="1">
                    <mxGeometry x="950" y="715" width="120" height="55" as="geometry"/>
                </mxCell>
                <mxCell id="bt_inputs" value="Ingress to each bank tile&lt;br/&gt;ACT_R direct&lt;br/&gt;WGT_R direct&lt;br/&gt;L1Manager_R&lt;br/&gt;L1Manager_W" style="rounded=1;arcSize=4;whiteSpace=wrap;html=1;fillColor=#eef7ff;strokeColor=#6c8ebf;fontSize=14;align=left;verticalAlign=middle;spacingLeft=14;" parent="1" vertex="1">
                    <mxGeometry x="80" y="260" width="250" height="165" as="geometry"/>
                </mxCell>
                <mxCell id="bt_calc" value="Capacity math&lt;br/&gt;macro = 768 x 16B = 12KB&lt;br/&gt;bank = 16 macros = 192KB&lt;br/&gt;mesh = 16 banks = 3MB" style="rounded=1;arcSize=4;whiteSpace=wrap;html=1;fillColor=#fafafa;strokeColor=#888888;fontSize=14;align=left;verticalAlign=middle;spacingLeft=14;" parent="1" vertex="1">
                    <mxGeometry x="80" y="500" width="250" height="150" as="geometry"/>
                </mxCell>
            </root>
        </mxGraphModel>
    </diagram>
    <diagram name="L1Mesh-Payload-Edge-Map" id="mdla7-l1mesh-payload-edge-map">
        <mxGraphModel dx="747" dy="720" grid="1" gridSize="10" guides="1" tooltips="1" connect="1" arrows="1" fold="1" page="1" pageScale="1" pageWidth="1654" pageHeight="1169" math="0" shadow="0">
            <root>
                <mxCell id="0"/>
                <mxCell id="1" parent="0"/>
                <mxCell id="aem_title" value="L1Mesh 4x4 Payload R / Payload W Edge Mapping" style="text;html=1;fontSize=24;fontStyle=1;align=left;verticalAlign=middle;strokeColor=none;fillColor=none;" parent="1" vertex="1">
                    <mxGeometry x="50" y="30" width="900" height="40" as="geometry"/>
                </mxCell>
                <mxCell id="aem_note" value="16 Payload R lanes and 16 Payload W lanes use the same logical bank-to-edge map. Read and write ingress queues are independent resources, while the SRAM backend is shared 1R/W. Each edge serves two adjacent banks on one mesh row." style="rounded=1;arcSize=4;whiteSpace=wrap;html=1;fillColor=#f5f5f5;strokeColor=#888888;fontSize=13;align=left;verticalAlign=middle;spacingLeft=12;" parent="1" vertex="1">
                    <mxGeometry x="50" y="85" width="1540" height="58" as="geometry"/>
                </mxCell>
                <mxCell id="aem_grid_title" value="4x4 bank mesh" style="text;html=1;fontSize=18;fontStyle=1;align=center;verticalAlign=middle;strokeColor=none;fillColor=none;" parent="1" vertex="1">
                    <mxGeometry x="670" y="190" width="300" height="30" as="geometry"/>
                </mxCell>
                <mxCell id="aem_mesh_box" value="" style="rounded=0;whiteSpace=wrap;html=1;fillColor=#fffafa;strokeColor=#b85450;strokeWidth=2;" parent="1" vertex="1">
                    <mxGeometry x="580" y="250" width="510" height="480" as="geometry"/>
                </mxCell>
                <mxCell id="aem_b0" value="B0" style="rounded=0;whiteSpace=wrap;html=1;fillColor=#f8cecc;strokeColor=#b85450;fontSize=16;fontStyle=1;" parent="1" vertex="1">
                    <mxGeometry x="620" y="290" width="80" height="70" as="geometry"/>
                </mxCell>
                <mxCell id="aem_b1" value="B1" style="rounded=0;whiteSpace=wrap;html=1;fillColor=#f8cecc;strokeColor=#b85450;fontSize=16;fontStyle=1;" parent="1" vertex="1">
                    <mxGeometry x="740" y="290" width="80" height="70" as="geometry"/>
                </mxCell>
                <mxCell id="aem_b2" value="B2" style="rounded=0;whiteSpace=wrap;html=1;fillColor=#f8cecc;strokeColor=#b85450;fontSize=16;fontStyle=1;" parent="1" vertex="1">
                    <mxGeometry x="860" y="290" width="80" height="70" as="geometry"/>
                </mxCell>
                <mxCell id="aem_b3" value="B3" style="rounded=0;whiteSpace=wrap;html=1;fillColor=#f8cecc;strokeColor=#b85450;fontSize=16;fontStyle=1;" parent="1" vertex="1">
                    <mxGeometry x="980" y="290" width="80" height="70" as="geometry"/>
                </mxCell>
                <mxCell id="aem_b4" value="B4" style="rounded=0;whiteSpace=wrap;html=1;fillColor=#f8cecc;strokeColor=#b85450;fontSize=16;fontStyle=1;" parent="1" vertex="1">
                    <mxGeometry x="620" y="410" width="80" height="70" as="geometry"/>
                </mxCell>
                <mxCell id="aem_b5" value="B5" style="rounded=0;whiteSpace=wrap;html=1;fillColor=#f8cecc;strokeColor=#b85450;fontSize=16;fontStyle=1;" parent="1" vertex="1">
                    <mxGeometry x="740" y="410" width="80" height="70" as="geometry"/>
                </mxCell>
                <mxCell id="aem_b6" value="B6" style="rounded=0;whiteSpace=wrap;html=1;fillColor=#f8cecc;strokeColor=#b85450;fontSize=16;fontStyle=1;" parent="1" vertex="1">
                    <mxGeometry x="860" y="410" width="80" height="70" as="geometry"/>
                </mxCell>
                <mxCell id="aem_b7" value="B7" style="rounded=0;whiteSpace=wrap;html=1;fillColor=#f8cecc;strokeColor=#b85450;fontSize=16;fontStyle=1;" parent="1" vertex="1">
                    <mxGeometry x="980" y="410" width="80" height="70" as="geometry"/>
                </mxCell>
                <mxCell id="aem_b8" value="B8" style="rounded=0;whiteSpace=wrap;html=1;fillColor=#f8cecc;strokeColor=#b85450;fontSize=16;fontStyle=1;" parent="1" vertex="1">
                    <mxGeometry x="620" y="530" width="80" height="70" as="geometry"/>
                </mxCell>
                <mxCell id="aem_b9" value="B9" style="rounded=0;whiteSpace=wrap;html=1;fillColor=#f8cecc;strokeColor=#b85450;fontSize=16;fontStyle=1;" parent="1" vertex="1">
                    <mxGeometry x="740" y="530" width="80" height="70" as="geometry"/>
                </mxCell>
                <mxCell id="aem_b10" value="B10" style="rounded=0;whiteSpace=wrap;html=1;fillColor=#f8cecc;strokeColor=#b85450;fontSize=16;fontStyle=1;" parent="1" vertex="1">
                    <mxGeometry x="860" y="530" width="80" height="70" as="geometry"/>
                </mxCell>
                <mxCell id="aem_b11" value="B11" style="rounded=0;whiteSpace=wrap;html=1;fillColor=#f8cecc;strokeColor=#b85450;fontSize=16;fontStyle=1;" parent="1" vertex="1">
                    <mxGeometry x="980" y="530" width="80" height="70" as="geometry"/>
                </mxCell>
                <mxCell id="aem_b12" value="B12" style="rounded=0;whiteSpace=wrap;html=1;fillColor=#f8cecc;strokeColor=#b85450;fontSize=16;fontStyle=1;" parent="1" vertex="1">
                    <mxGeometry x="620" y="650" width="80" height="70" as="geometry"/>
                </mxCell>
                <mxCell id="aem_b13" value="B13" style="rounded=0;whiteSpace=wrap;html=1;fillColor=#f8cecc;strokeColor=#b85450;fontSize=16;fontStyle=1;" parent="1" vertex="1">
                    <mxGeometry x="740" y="650" width="80" height="70" as="geometry"/>
                </mxCell>
                <mxCell id="aem_b14" value="B14" style="rounded=0;whiteSpace=wrap;html=1;fillColor=#f8cecc;strokeColor=#b85450;fontSize=16;fontStyle=1;" parent="1" vertex="1">
                    <mxGeometry x="860" y="650" width="80" height="70" as="geometry"/>
                </mxCell>
                <mxCell id="aem_b15" value="B15" style="rounded=0;whiteSpace=wrap;html=1;fillColor=#f8cecc;strokeColor=#b85450;fontSize=16;fontStyle=1;" parent="1" vertex="1">
                    <mxGeometry x="980" y="650" width="80" height="70" as="geometry"/>
                </mxCell>
                <mxCell id="aem_w0" value="W0 edge&lt;br/&gt;Payload R0,R1&lt;br/&gt;Payload W0,W1&lt;br/&gt;to B0,B1" style="rounded=0;whiteSpace=wrap;html=1;fillColor=#dae8fc;strokeColor=#0050ef;fontSize=12;fontStyle=1;" parent="1" vertex="1">
                    <mxGeometry x="430" y="290" width="125" height="70" as="geometry"/>
                </mxCell>
                <mxCell id="aem_w1" value="W1 edge&lt;br/&gt;Payload R4,R5&lt;br/&gt;Payload W4,W5&lt;br/&gt;to B4,B5" style="rounded=0;whiteSpace=wrap;html=1;fillColor=#dae8fc;strokeColor=#0050ef;fontSize=12;fontStyle=1;" parent="1" vertex="1">
                    <mxGeometry x="430" y="410" width="125" height="70" as="geometry"/>
                </mxCell>
                <mxCell id="aem_w2" value="W2 edge&lt;br/&gt;Payload R8,R9&lt;br/&gt;Payload W8,W9&lt;br/&gt;to B8,B9" style="rounded=0;whiteSpace=wrap;html=1;fillColor=#dae8fc;strokeColor=#0050ef;fontSize=12;fontStyle=1;" parent="1" vertex="1">
                    <mxGeometry x="430" y="530" width="125" height="70" as="geometry"/>
                </mxCell>
                <mxCell id="aem_w3" value="W3 edge&lt;br/&gt;Payload R12,R13&lt;br/&gt;Payload W12,W13&lt;br/&gt;to B12,B13" style="rounded=0;whiteSpace=wrap;html=1;fillColor=#dae8fc;strokeColor=#0050ef;fontSize=12;fontStyle=1;" parent="1" vertex="1">
                    <mxGeometry x="430" y="650" width="125" height="70" as="geometry"/>
                </mxCell>
                <mxCell id="aem_e0" value="E0 edge&lt;br/&gt;Payload R2,R3&lt;br/&gt;Payload W2,W3&lt;br/&gt;to B2,B3" style="rounded=0;whiteSpace=wrap;html=1;fillColor=#d5e8d4;strokeColor=#82b366;fontSize=12;fontStyle=1;" parent="1" vertex="1">
                    <mxGeometry x="1115" y="290" width="125" height="70" as="geometry"/>
                </mxCell>
                <mxCell id="aem_e1" value="E1 edge&lt;br/&gt;Payload R6,R7&lt;br/&gt;Payload W6,W7&lt;br/&gt;to B6,B7" style="rounded=0;whiteSpace=wrap;html=1;fillColor=#d5e8d4;strokeColor=#82b366;fontSize=12;fontStyle=1;" parent="1" vertex="1">
                    <mxGeometry x="1115" y="410" width="125" height="70" as="geometry"/>
                </mxCell>
                <mxCell id="aem_e2" value="E2 edge&lt;br/&gt;Payload R10,R11&lt;br/&gt;Payload W10,W11&lt;br/&gt;to B10,B11" style="rounded=0;whiteSpace=wrap;html=1;fillColor=#d5e8d4;strokeColor=#82b366;fontSize=12;fontStyle=1;" parent="1" vertex="1">
                    <mxGeometry x="1115" y="530" width="125" height="70" as="geometry"/>
                </mxCell>
                <mxCell id="aem_e3" value="E3 edge&lt;br/&gt;Payload R14,R15&lt;br/&gt;Payload W14,W15&lt;br/&gt;to B14,B15" style="rounded=0;whiteSpace=wrap;html=1;fillColor=#d5e8d4;strokeColor=#82b366;fontSize=12;fontStyle=1;" parent="1" vertex="1">
                    <mxGeometry x="1115" y="650" width="125" height="70" as="geometry"/>
                </mxCell>
                <mxCell id="aem_r_table" value="Payload R lanes&lt;br/&gt;R0,R1 -&gt; W0 -&gt; B0,B1&lt;br/&gt;R2,R3 -&gt; E0 -&gt; B2,B3&lt;br/&gt;R4,R5 -&gt; W1 -&gt; B4,B5&lt;br/&gt;R6,R7 -&gt; E1 -&gt; B6,B7&lt;br/&gt;R8,R9 -&gt; W2 -&gt; B8,B9&lt;br/&gt;R10,R11 -&gt; E2 -&gt; B10,B11&lt;br/&gt;R12,R13 -&gt; W3 -&gt; B12,B13&lt;br/&gt;R14,R15 -&gt; E3 -&gt; B14,B15" style="rounded=1;arcSize=4;whiteSpace=wrap;html=1;fillColor=#eef7ff;strokeColor=#6c8ebf;fontSize=13;align=left;verticalAlign=middle;spacingLeft=12;" parent="1" vertex="1">
                    <mxGeometry x="50" y="240" width="330" height="275" as="geometry"/>
                </mxCell>
                <mxCell id="aem_w_table" value="Payload W lanes&lt;br/&gt;W0,W1 -&gt; W0 edge -&gt; B0,B1&lt;br/&gt;W2,W3 -&gt; E0 edge -&gt; B2,B3&lt;br/&gt;W4,W5 -&gt; W1 edge -&gt; B4,B5&lt;br/&gt;W6,W7 -&gt; E1 edge -&gt; B6,B7&lt;br/&gt;W8,W9 -&gt; W2 edge -&gt; B8,B9&lt;br/&gt;W10,W11 -&gt; E2 edge -&gt; B10,B11&lt;br/&gt;W12,W13 -&gt; W3 edge -&gt; B12,B13&lt;br/&gt;W14,W15 -&gt; E3 edge -&gt; B14,B15" style="rounded=1;arcSize=4;whiteSpace=wrap;html=1;fillColor=#fff2cc;strokeColor=#d6b656;fontSize=13;align=left;verticalAlign=middle;spacingLeft=12;" parent="1" vertex="1">
                    <mxGeometry x="1270" y="240" width="330" height="275" as="geometry"/>
                </mxCell>
                <mxCell id="aem_cap" value="Per edge: 2 x Payload R + 2 x Payload W lanes. Across 8 edges: 16 Payload R + 16 Payload W. Each lane is 16B per beat; per-bank SRAM service remains one 16B read-or-write beat per SRAM cycle." style="rounded=1;arcSize=4;whiteSpace=wrap;html=1;fillColor=#fafafa;strokeColor=#888888;fontSize=14;align=left;verticalAlign=middle;spacingLeft=14;" parent="1" vertex="1">
                    <mxGeometry x="430" y="800" width="780" height="88" as="geometry"/>
                </mxCell>
                <mxCell id="aem_e_w0" value="" style="endArrow=classic;html=1;rounded=0;strokeColor=#0050ef;strokeWidth=2;edgeStyle=orthogonalEdgeStyle;" parent="1" source="aem_w0" target="aem_b0" edge="1">
                    <mxGeometry relative="1" as="geometry"/>
                </mxCell>
                <mxCell id="aem_e_w1" value="" style="endArrow=classic;html=1;rounded=0;strokeColor=#0050ef;strokeWidth=2;edgeStyle=orthogonalEdgeStyle;" parent="1" source="aem_w1" target="aem_b4" edge="1">
                    <mxGeometry relative="1" as="geometry"/>
                </mxCell>
                <mxCell id="aem_e_w2" value="" style="endArrow=classic;html=1;rounded=0;strokeColor=#0050ef;strokeWidth=2;edgeStyle=orthogonalEdgeStyle;" parent="1" source="aem_w2" target="aem_b8" edge="1">
                    <mxGeometry relative="1" as="geometry"/>
                </mxCell>
                <mxCell id="aem_e_w3" value="" style="endArrow=classic;html=1;rounded=0;strokeColor=#0050ef;strokeWidth=2;edgeStyle=orthogonalEdgeStyle;" parent="1" source="aem_w3" target="aem_b12" edge="1">
                    <mxGeometry relative="1" as="geometry"/>
                </mxCell>
                <mxCell id="aem_e_e0" value="" style="endArrow=classic;html=1;rounded=0;strokeColor=#82b366;strokeWidth=2;edgeStyle=orthogonalEdgeStyle;" parent="1" source="aem_e0" edge="1">
                    <mxGeometry relative="1" as="geometry">
                        <mxPoint x="1090" y="325" as="targetPoint"/>
                    </mxGeometry>
                </mxCell>
                <mxCell id="aem_e_e1" value="" style="endArrow=classic;html=1;rounded=0;strokeColor=#82b366;strokeWidth=2;edgeStyle=orthogonalEdgeStyle;" parent="1" source="aem_e1" edge="1">
                    <mxGeometry relative="1" as="geometry">
                        <mxPoint x="1090" y="445" as="targetPoint"/>
                    </mxGeometry>
                </mxCell>
                <mxCell id="aem_e_e2" value="" style="endArrow=classic;html=1;rounded=0;strokeColor=#82b366;strokeWidth=2;edgeStyle=orthogonalEdgeStyle;" parent="1" source="aem_e2" edge="1">
                    <mxGeometry relative="1" as="geometry">
                        <mxPoint x="1090" y="565" as="targetPoint"/>
                    </mxGeometry>
                </mxCell>
                <mxCell id="aem_e_e3" value="" style="endArrow=classic;html=1;rounded=0;strokeColor=#82b366;strokeWidth=2;edgeStyle=orthogonalEdgeStyle;" parent="1" source="aem_e3" edge="1">
                    <mxGeometry relative="1" as="geometry">
                        <mxPoint x="1090" y="685" as="targetPoint"/>
                    </mxGeometry>
                </mxCell>
            </root>
        </mxGraphModel>
    </diagram>
</mxfile>
